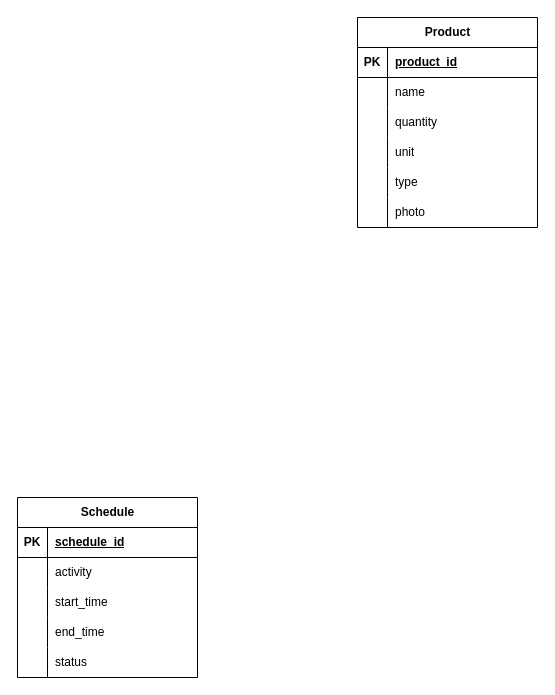
This is ERD_Lumbungku.drawio from hashifaq/Lumbungku, a draw.io file, before an edit. Source tidied: cells renumbered, new cells numbered last; positions are measured from the earlier drawing's top-left corner, leaving out a move shared by most shapes. Both pictures are drawn from the tidied source at 100%, with x=0, y=0 at pixel (17, 17).
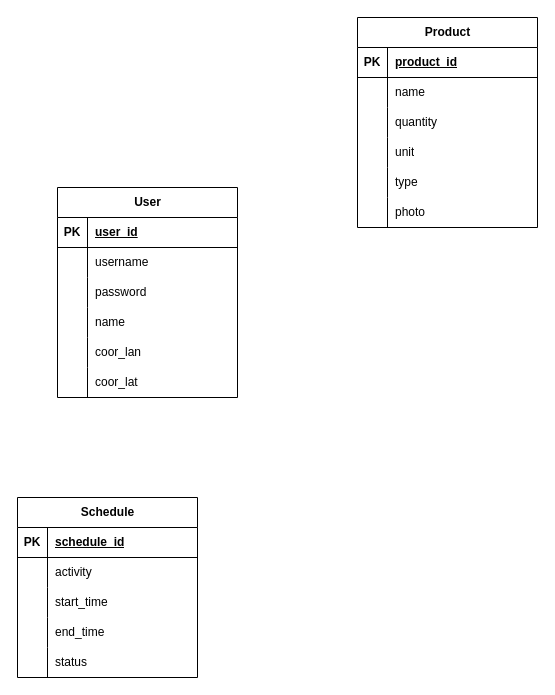
The same diagram, later.

Commit message:
Update ERD_Lumbungku user.drawio

Diff of the diagram source:
```diff
@@
+    <mxCell id="37" value="User" style="shape=table;startSize=30;childLayout=tableLayout;rowLines=0;fontStyle=1;align=center;html=1;" parent="1" vertex="1">
+      <mxGeometry x="40" y="170" width="180" height="210" as="geometry" />
+    </mxCell>
+    <mxCell id="38" style="shape=tableRow;horizontal=0;startSize=0;swimlaneHead=0;swimlaneBody=0;fillColor=none;top=0;left=0;right=0;bottom=1;" parent="37" vertex="1">
+      <mxGeometry y="30" width="180" height="30" as="geometry" />
+    </mxCell>
+    <mxCell id="39" value="PK" style="shape=partialRectangle;fillColor=none;top=0;left=0;bottom=0;right=0;fontStyle=1;overflow=hidden;whiteSpace=wrap;html=1;" parent="38" vertex="1">
+      <mxGeometry width="30" height="30" as="geometry" />
+    </mxCell>
+    <mxCell id="40" value="user_id" style="shape=partialRectangle;fillColor=none;top=0;left=0;bottom=0;right=0;align=left;spacingLeft=6;fontStyle=5;overflow=hidden;whiteSpace=wrap;html=1;" parent="38" vertex="1">
+      <mxGeometry x="30" width="150" height="30" as="geometry" />
+    </mxCell>
+    <mxCell id="41" style="shape=tableRow;horizontal=0;startSize=0;swimlaneHead=0;swimlaneBody=0;fillColor=none;top=0;left=0;right=0;bottom=0;" parent="37" vertex="1">
+      <mxGeometry y="60" width="180" height="30" as="geometry" />
+    </mxCell>
+    <mxCell id="42" style="shape=partialRectangle;fillColor=none;top=0;left=0;bottom=0;right=0;overflow=hidden;whiteSpace=wrap;html=1;" parent="41" vertex="1">
+      <mxGeometry width="30" height="30" as="geometry" />
+    </mxCell>
+    <mxCell id="43" value="username" style="shape=partialRectangle;fillColor=none;top=0;left=0;bottom=0;right=0;align=left;spacingLeft=6;overflow=hidden;whiteSpace=wrap;html=1;" parent="41" vertex="1">
+      <mxGeometry x="30" width="150" height="30" as="geometry" />
+    </mxCell>
+    <mxCell id="44" style="shape=tableRow;horizontal=0;startSize=0;swimlaneHead=0;swimlaneBody=0;fillColor=none;top=0;left=0;right=0;bottom=0;" parent="37" vertex="1">
+      <mxGeometry y="90" width="180" height="30" as="geometry" />
+    </mxCell>
+    <mxCell id="45" style="shape=partialRectangle;fillColor=none;top=0;left=0;bottom=0;right=0;overflow=hidden;whiteSpace=wrap;html=1;" parent="44" vertex="1">
+      <mxGeometry width="30" height="30" as="geometry" />
+    </mxCell>
+    <mxCell id="46" value="password" style="shape=partialRectangle;fillColor=none;top=0;left=0;bottom=0;right=0;align=left;spacingLeft=6;overflow=hidden;whiteSpace=wrap;html=1;" parent="44" vertex="1">
+      <mxGeometry x="30" width="150" height="30" as="geometry" />
+    </mxCell>
+    <mxCell id="47" style="shape=tableRow;horizontal=0;startSize=0;swimlaneHead=0;swimlaneBody=0;fillColor=none;top=0;left=0;right=0;bottom=0;" parent="37" vertex="1">
+      <mxGeometry y="120" width="180" height="30" as="geometry" />
+    </mxCell>
+    <mxCell id="48" style="shape=partialRectangle;fillColor=none;top=0;left=0;bottom=0;right=0;overflow=hidden;whiteSpace=wrap;html=1;" parent="47" vertex="1">
+      <mxGeometry width="30" height="30" as="geometry" />
+    </mxCell>
+    <mxCell id="49" value="name" style="shape=partialRectangle;fillColor=none;top=0;left=0;bottom=0;right=0;align=left;spacingLeft=6;overflow=hidden;whiteSpace=wrap;html=1;" parent="47" vertex="1">
+      <mxGeometry x="30" width="150" height="30" as="geometry" />
+    </mxCell>
+    <mxCell id="50" style="shape=tableRow;horizontal=0;startSize=0;swimlaneHead=0;swimlaneBody=0;fillColor=none;top=0;left=0;right=0;bottom=0;" parent="37" vertex="1">
+      <mxGeometry y="150" width="180" height="30" as="geometry" />
+    </mxCell>
+    <mxCell id="51" style="shape=partialRectangle;fillColor=none;top=0;left=0;bottom=0;right=0;overflow=hidden;whiteSpace=wrap;html=1;" parent="50" vertex="1">
+      <mxGeometry width="30" height="30" as="geometry" />
+    </mxCell>
+    <mxCell id="52" value="coor_lan" style="shape=partialRectangle;fillColor=none;top=0;left=0;bottom=0;right=0;align=left;spacingLeft=6;overflow=hidden;whiteSpace=wrap;html=1;" parent="50" vertex="1">
+      <mxGeometry x="30" width="150" height="30" as="geometry" />
+    </mxCell>
+    <mxCell id="53" style="shape=tableRow;horizontal=0;startSize=0;swimlaneHead=0;swimlaneBody=0;fillColor=none;top=0;left=0;right=0;bottom=0;" parent="37" vertex="1">
+      <mxGeometry y="180" width="180" height="30" as="geometry" />
+    </mxCell>
+    <mxCell id="54" style="shape=partialRectangle;fillColor=none;top=0;left=0;bottom=0;right=0;overflow=hidden;whiteSpace=wrap;html=1;" parent="53" vertex="1">
+      <mxGeometry width="30" height="30" as="geometry" />
+    </mxCell>
+    <mxCell id="55" value="coor_lat" style="shape=partialRectangle;fillColor=none;top=0;left=0;bottom=0;right=0;align=left;spacingLeft=6;overflow=hidden;whiteSpace=wrap;html=1;" parent="53" vertex="1">
+      <mxGeometry x="30" width="150" height="30" as="geometry" />
+    </mxCell>
```
